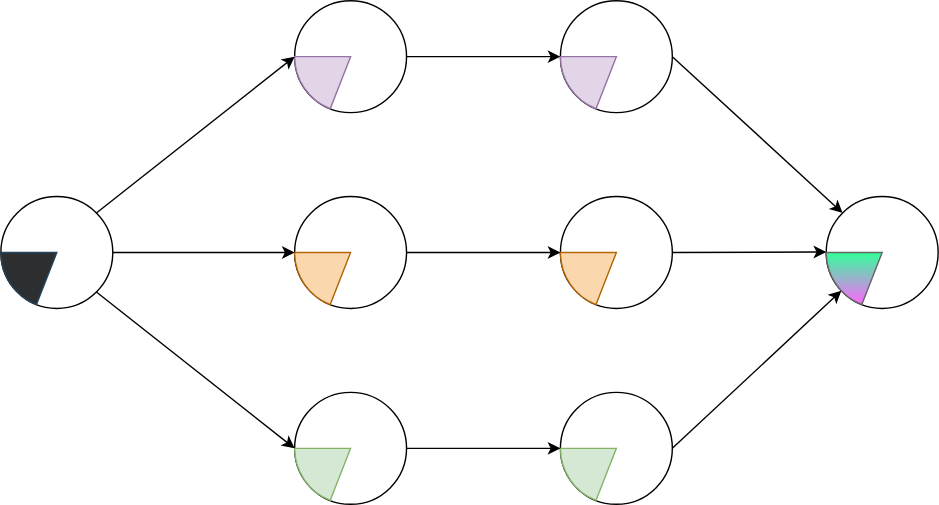
Before: figures/visualization_multiple_imputation.svg, a diagram exported from draw.io (joshuawe/sepsis). Source tidied: cells renumbered, new cells last; positions are measured from the earlier drawing's top-left corner, leaving out a move shared by most shapes.
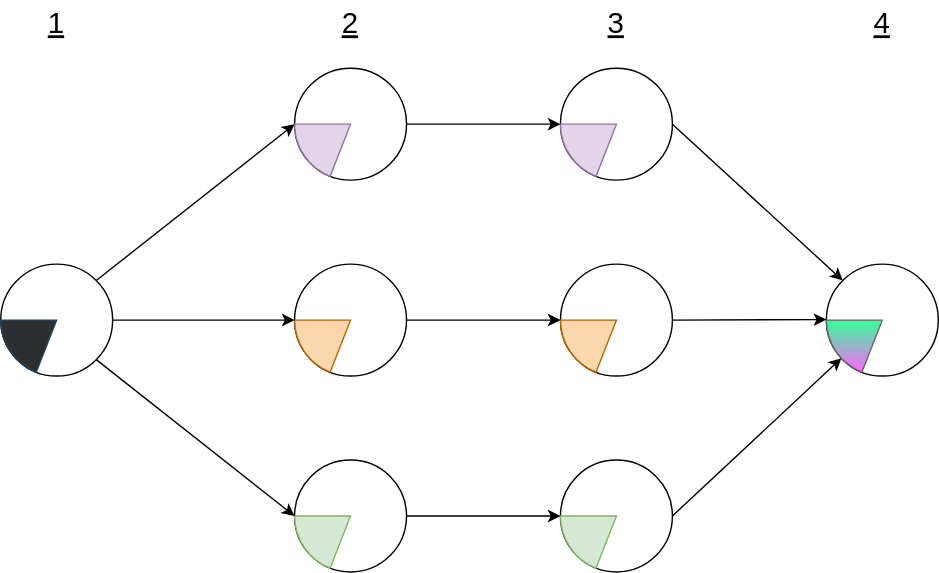
Later version of the same file.

Diff of the diagram source:
```diff
@@ -109,5 +109,17 @@
     <mxCell id="36" style="edgeStyle=none;html=1;exitX=1;exitY=0.5;exitDx=0;exitDy=0;" parent="1" edge="1" source="26" target="32">
       <mxGeometry relative="1" as="geometry" />
     </mxCell>
+    <mxCell id="37" value="1" style="text;html=1;strokeColor=none;fillColor=none;align=center;verticalAlign=middle;whiteSpace=wrap;rounded=0;fontSize=21;horizontal=1;perimeterSpacing=0;strokeWidth=1;fontStyle=4;" parent="1" vertex="1">
+      <mxGeometry x="20" y="-48" width="40" height="30" as="geometry" />
+    </mxCell>
+    <mxCell id="38" value="2" style="text;html=1;strokeColor=none;fillColor=none;align=center;verticalAlign=middle;whiteSpace=wrap;rounded=0;fontSize=21;horizontal=1;perimeterSpacing=0;strokeWidth=1;fontStyle=4;" parent="1" vertex="1">
+      <mxGeometry x="230" y="-48" width="40" height="30" as="geometry" />
+    </mxCell>
+    <mxCell id="39" value="3" style="text;html=1;strokeColor=none;fillColor=none;align=center;verticalAlign=middle;whiteSpace=wrap;rounded=0;fontSize=21;horizontal=1;perimeterSpacing=0;strokeWidth=1;fontStyle=4;" parent="1" vertex="1">
+      <mxGeometry x="420" y="-48" width="40" height="30" as="geometry" />
+    </mxCell>
+    <mxCell id="40" value="4" style="text;html=1;strokeColor=none;fillColor=none;align=center;verticalAlign=middle;whiteSpace=wrap;rounded=0;fontSize=21;horizontal=1;perimeterSpacing=0;strokeWidth=1;fontStyle=4;" parent="1" vertex="1">
+      <mxGeometry x="610" y="-48" width="40" height="30" as="geometry" />
+    </mxCell>
   </root>
 </mxGraphModel>
```
